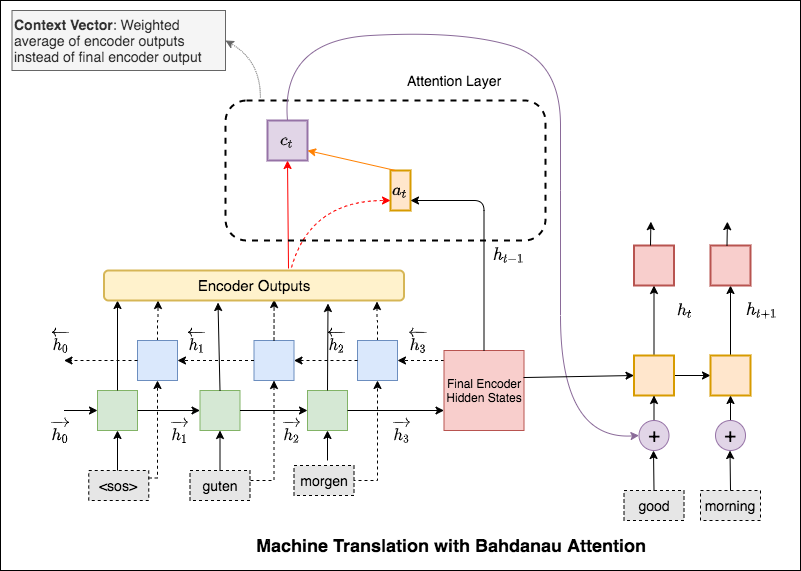
Earlier version of the draw.io export assets/images/applications/generation/mt_bahdanau.png (graviraja/100-Days-of-NLP). Source tidied: cells renumbered, new cells last; positions are measured from the earlier drawing's top-left corner, leaving out a move shared by most shapes.
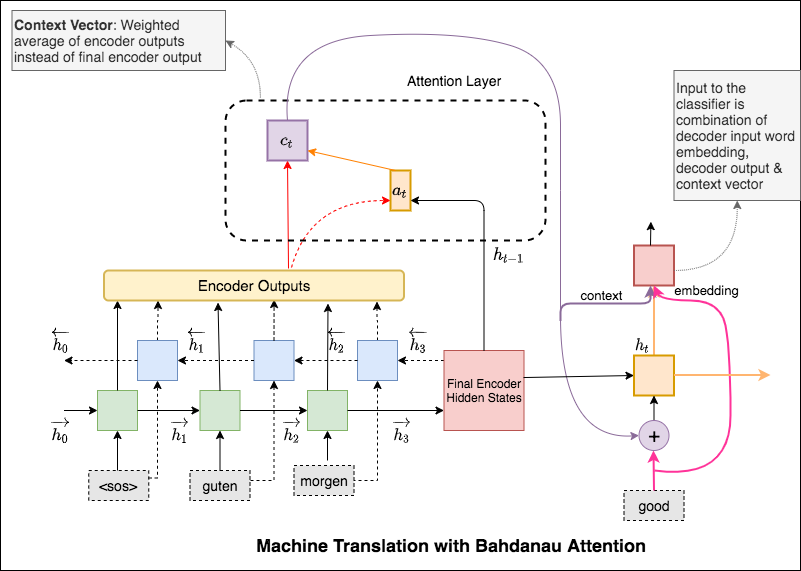
After the change.

The edit, as a diff of the source:
```diff
@@ -14,12 +14,14 @@
     <mxCell id="5" value="&lt;b&gt;&lt;font style=&quot;font-size: 18px&quot;&gt;Machine Translation with Bahdanau Attention&lt;/font&gt;&lt;/b&gt;" style="text;html=1;strokeColor=none;fillColor=none;align=center;verticalAlign=middle;whiteSpace=wrap;rounded=0;opacity=40;" parent="1" vertex="1">
       <mxGeometry x="253.5" y="530" width="393.5" height="30" as="geometry" />
     </mxCell>
-    <mxCell id="6" style="edgeStyle=orthogonalEdgeStyle;rounded=1;jettySize=auto;html=1;strokeColor=#000000;entryX=0.5;entryY=1;entryDx=0;entryDy=0;" parent="1" edge="1" source="8" target="16">
-      <mxGeometry relative="1" as="geometry" />
+    <mxCell id="6" style="edgeStyle=orthogonalEdgeStyle;rounded=1;jettySize=auto;html=1;strokeColor=#FFB570;entryX=0.5;entryY=1;entryDx=0;entryDy=0;strokeWidth=2;" parent="1" edge="1" source="8" target="16">
+      <mxGeometry relative="1" as="geometry">
+        <Array as="points">
+          <mxPoint x="654" y="320" />
+          <mxPoint x="654" y="320" />
+        </Array>
+      </mxGeometry>
     </mxCell>
-    <mxCell id="7" style="edgeStyle=orthogonalEdgeStyle;rounded=0;jettySize=auto;html=1;entryX=0;entryY=0.5;entryDx=0;entryDy=0;" parent="1" edge="1" source="8" target="67">
-      <mxGeometry relative="1" as="geometry" />
-    </mxCell>
     <mxCell id="8" style="whiteSpace=wrap;html=1;fillColor=#ffe6cc;strokeColor=#d79b00;strokeWidth=2;" parent="1" vertex="1">
       <mxGeometry x="633.5" y="355" width="40" height="40" as="geometry" />
     </mxCell>
@@ -58,7 +60,7 @@
     <mxCell id="17" value="&lt;span style=&quot;font-size: 14px&quot;&gt;good&lt;/span&gt;" style="text;html=1;strokeColor=#000000;fillColor=#E6E6E6;align=center;verticalAlign=middle;whiteSpace=wrap;rounded=0;dashed=1;" parent="1" vertex="1">
       <mxGeometry x="623.5" y="490" width="60" height="30" as="geometry" />
     </mxCell>
-    <mxCell id="18" style="endArrow=classic;html=1;strokeColor=#000000;exitX=0.5;exitY=0;exitDx=0;exitDy=0;" parent="1" edge="1" source="17">
+    <mxCell id="18" style="endArrow=classic;html=1;strokeColor=#FF3399;exitX=0.5;exitY=0;exitDx=0;exitDy=0;strokeWidth=2;" parent="1" edge="1" source="17">
       <mxGeometry relative="1" as="geometry">
         <mxPoint x="653" y="450" as="targetPoint" />
       </mxGeometry>
@@ -76,7 +78,7 @@
       <mxGeometry x="473.5" y="245" width="70" height="20" as="geometry" />
     </mxCell>
     <mxCell id="23" value="&lt;span style=&quot;font-size: 14px&quot;&gt;$$h_t$$&lt;/span&gt;" style="text;html=1;strokeColor=none;fillColor=none;align=center;verticalAlign=middle;whiteSpace=wrap;rounded=0;" parent="1" vertex="1">
-      <mxGeometry x="650" y="300" width="70" height="20" as="geometry" />
+      <mxGeometry x="633.5" y="335" width="16.5" height="20" as="geometry" />
     </mxCell>
     <mxCell id="24" style="curved=1;endArrow=classic;html=1;strokeColor=#8A6A99;exitX=0.5;exitY=0;exitDx=0;exitDy=0;entryX=0;entryY=0.5;entryDx=0;entryDy=0;" parent="1" edge="1" source="10" target="25">
       <mxGeometry relative="1" as="geometry">
@@ -248,37 +250,48 @@
         <mxPoint x="650" y="245" as="sourcePoint" />
       </mxGeometry>
     </mxCell>
-    <mxCell id="66" style="edgeStyle=orthogonalEdgeStyle;rounded=1;jettySize=auto;html=1;strokeColor=#000000;entryX=0.5;entryY=1;entryDx=0;entryDy=0;" parent="1" edge="1" source="67" target="68">
-      <mxGeometry relative="1" as="geometry" />
-    </mxCell>
-    <mxCell id="67" style="whiteSpace=wrap;html=1;fillColor=#ffe6cc;strokeColor=#d79b00;strokeWidth=2;" parent="1" vertex="1">
-      <mxGeometry x="710" y="355" width="40" height="40" as="geometry" />
-    </mxCell>
-    <mxCell id="68" style="whiteSpace=wrap;html=1;fillColor=#f8cecc;strokeColor=#b85450;strokeWidth=2;" parent="1" vertex="1">
-      <mxGeometry x="710" y="245" width="40" height="40" as="geometry" />
-    </mxCell>
-    <mxCell id="69" style="endArrow=classic;html=1;strokeColor=#000000;exitX=0.5;exitY=0;exitDx=0;exitDy=0;entryX=0.5;entryY=1;entryDx=0;entryDy=0;" parent="1" edge="1" source="71" target="67">
-      <mxGeometry relative="1" as="geometry" />
-    </mxCell>
-    <mxCell id="70" value="&lt;span style=&quot;font-size: 14px&quot;&gt;$$h_{t+1}$$&lt;/span&gt;" style="text;html=1;strokeColor=none;fillColor=none;align=center;verticalAlign=middle;whiteSpace=wrap;rounded=0;" parent="1" vertex="1">
-      <mxGeometry x="726.5" y="300" width="70" height="20" as="geometry" />
-    </mxCell>
-    <mxCell id="71" value="&lt;font style=&quot;font-size: 20px&quot;&gt;+&lt;/font&gt;" style="ellipse;whiteSpace=wrap;html=1;fillColor=#e1d5e7;strokeColor=#9673a6;" parent="1" vertex="1">
-      <mxGeometry x="715" y="420" width="30" height="30" as="geometry" />
-    </mxCell>
-    <mxCell id="72" style="endArrow=classic;html=1;entryX=0.813;entryY=0.388;entryDx=0;entryDy=0;entryPerimeter=0;" parent="1" edge="1">
-      <mxGeometry relative="1" as="geometry">
-        <mxPoint x="726.5" y="245" as="sourcePoint" />
-        <mxPoint x="726.9" y="221.2" as="targetPoint" />
-      </mxGeometry>
-    </mxCell>
-    <mxCell id="73" value="&lt;span style=&quot;font-size: 14px&quot;&gt;morning&lt;/span&gt;" style="text;html=1;strokeColor=#000000;fillColor=#E6E6E6;align=center;verticalAlign=middle;whiteSpace=wrap;rounded=0;dashed=1;" parent="1" vertex="1">
-      <mxGeometry x="700" y="490" width="60" height="30" as="geometry" />
-    </mxCell>
-    <mxCell id="74" style="endArrow=classic;html=1;strokeColor=#000000;exitX=0.5;exitY=0;exitDx=0;exitDy=0;" parent="1" edge="1" source="73">
-      <mxGeometry relative="1" as="geometry">
-        <mxPoint x="729.5" y="450" as="targetPoint" />
-      </mxGeometry>
-    </mxCell>
+    <mxCell id="75" style="edgeStyle=elbowEdgeStyle;elbow=vertical;endArrow=classic;html=1;strokeColor=#8A6A99;strokeWidth=2;" parent="1" edge="1">
+      <mxGeometry relative="1" as="geometry">
+        <mxPoint x="560" y="320" as="sourcePoint" />
+        <mxPoint x="650" y="285" as="targetPoint" />
+      </mxGeometry>
+    </mxCell>
+    <mxCell id="76" style="curved=1;endArrow=classic;html=1;strokeColor=#FF3399;entryX=0.5;entryY=1;entryDx=0;entryDy=0;strokeWidth=2;" parent="1" edge="1" target="16">
+      <mxGeometry relative="1" as="geometry">
+        <mxPoint x="654" y="470" as="sourcePoint" />
+        <Array as="points">
+          <mxPoint x="730" y="480" />
+          <mxPoint x="730" y="350" />
+          <mxPoint x="720" y="300" />
+          <mxPoint x="660" y="300" />
+        </Array>
+      </mxGeometry>
+    </mxCell>
+    <mxCell id="77" style="endArrow=classic;html=1;strokeColor=#FFB570;strokeWidth=2;" parent="1" edge="1">
+      <mxGeometry relative="1" as="geometry">
+        <mxPoint x="673.5" y="374.5" as="sourcePoint" />
+        <mxPoint x="770" y="374.5" as="targetPoint" />
+        <Array as="points">
+          <mxPoint x="720" y="374.5" />
+        </Array>
+      </mxGeometry>
+    </mxCell>
+    <mxCell id="78" value="&lt;font style=&quot;font-size: 13px&quot;&gt;context&lt;/font&gt;" style="text;html=1;strokeColor=none;fillColor=none;align=center;verticalAlign=middle;whiteSpace=wrap;rounded=0;" parent="1" vertex="1">
+      <mxGeometry x="578.5" y="285" width="45" height="20" as="geometry" />
+    </mxCell>
+    <mxCell id="79" value="&lt;span style=&quot;font-size: 13px&quot;&gt;embedding&lt;/span&gt;" style="text;html=1;strokeColor=none;fillColor=none;align=center;verticalAlign=middle;whiteSpace=wrap;rounded=0;" parent="1" vertex="1">
+      <mxGeometry x="683.5" y="280" width="45" height="20" as="geometry" />
+    </mxCell>
+    <mxCell id="80" value="&lt;span style=&quot;font-size: 14px&quot;&gt;Input to the classifier is combination of decoder input word embedding, decoder output &amp;amp; context vector&lt;/span&gt;" style="text;html=1;strokeColor=#666666;fillColor=#f5f5f5;align=left;verticalAlign=middle;whiteSpace=wrap;rounded=0;fontColor=#333333;" parent="1" vertex="1">
+      <mxGeometry x="673.5" y="70" width="126.5" height="130" as="geometry" />
+    </mxCell>
+    <mxCell id="81" style="curved=1;endArrow=classic;html=1;strokeColor=#666666;exitX=0.109;exitY=-0.021;exitDx=0;exitDy=0;entryX=0.5;entryY=1;entryDx=0;entryDy=0;dashed=1;dashPattern=1 1;exitPerimeter=0;" parent="1" edge="1" target="80">
+      <mxGeometry relative="1" as="geometry">
+        <mxPoint x="673.4" y="270" as="sourcePoint" />
+        <Array as="points">
+          <mxPoint x="737" y="270" />
+        </Array>
+      </mxGeometry>
+    </mxCell>
   </root>
 </mxGraphModel>
```
